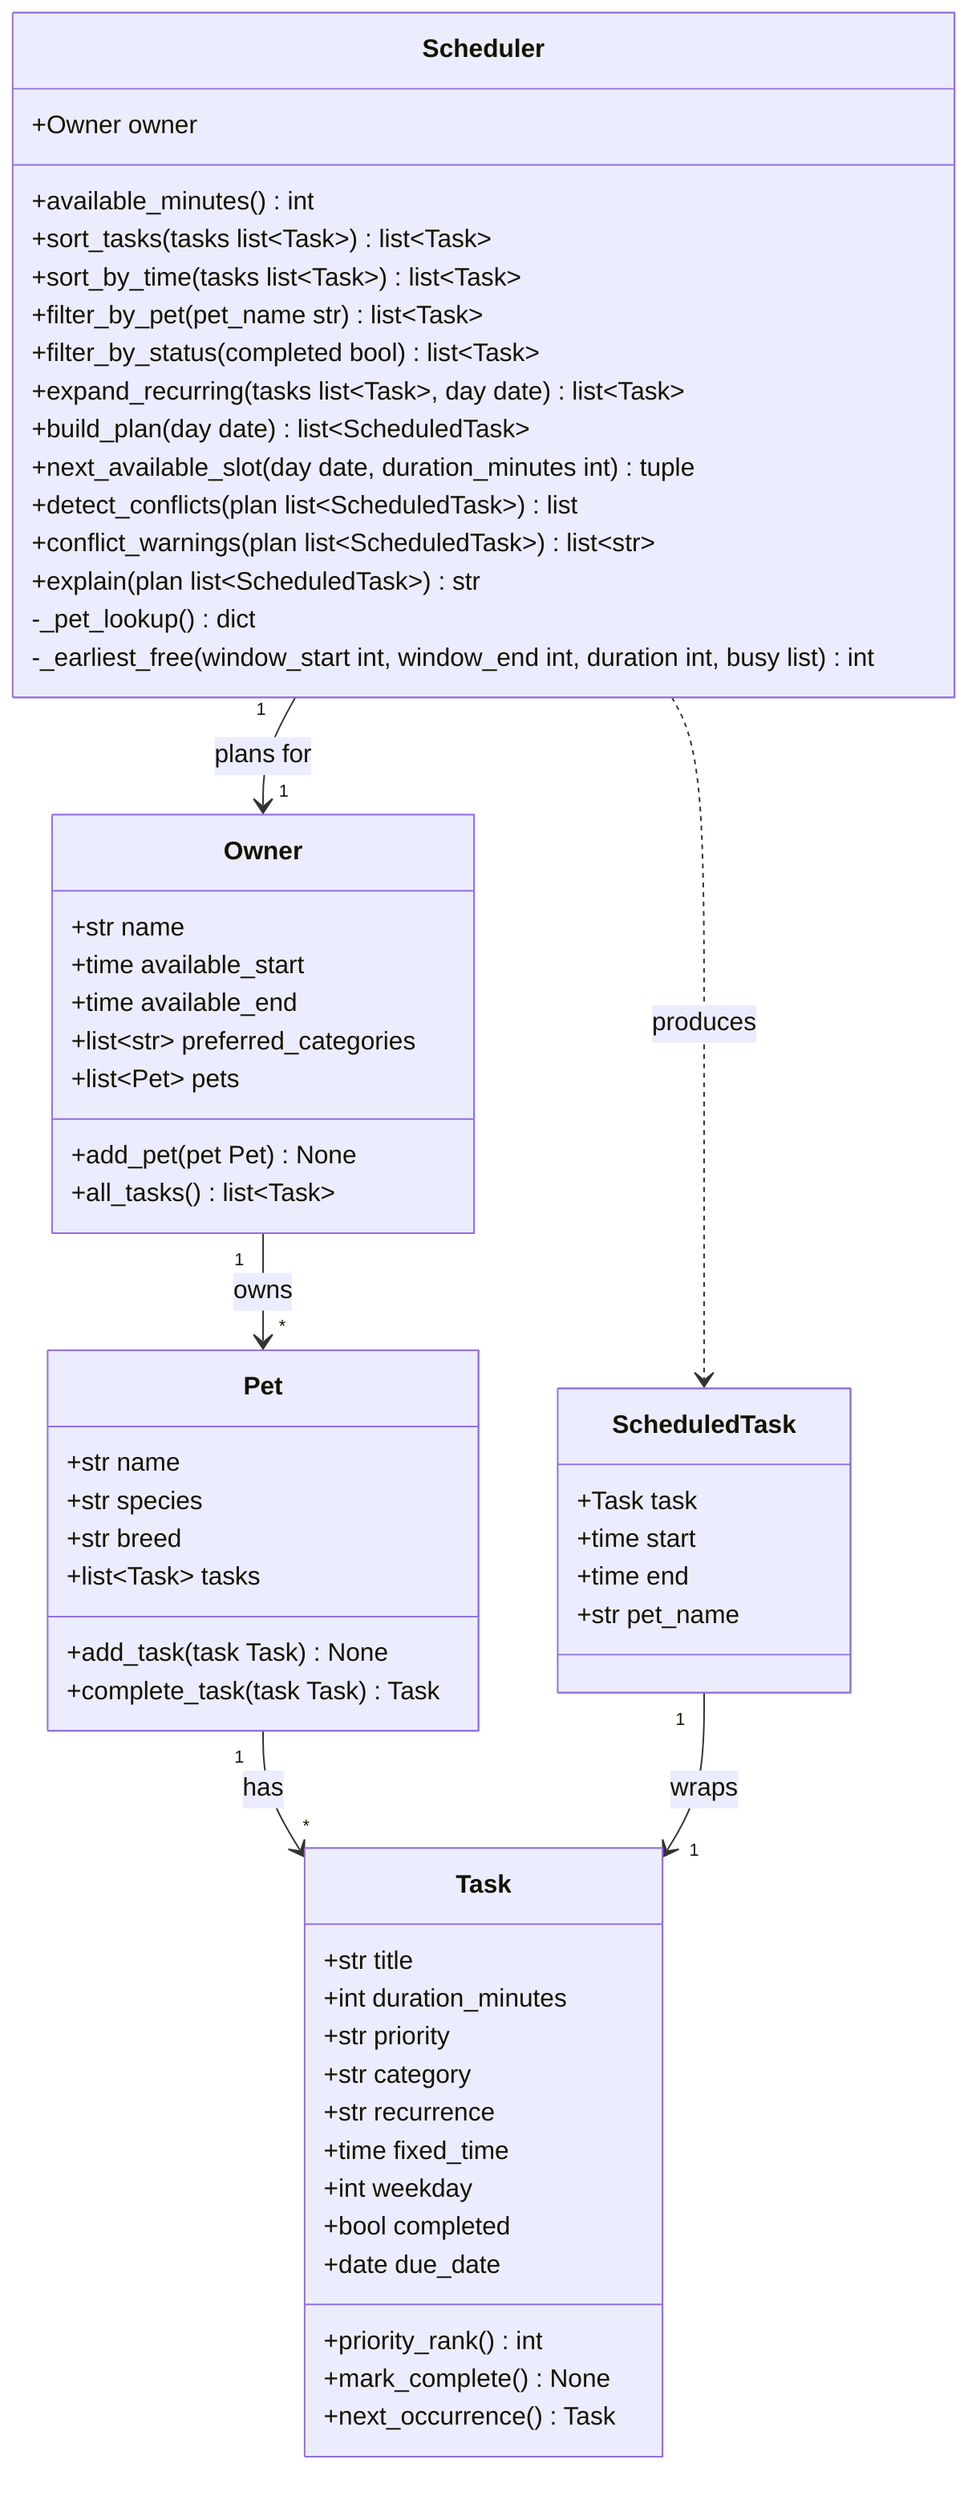
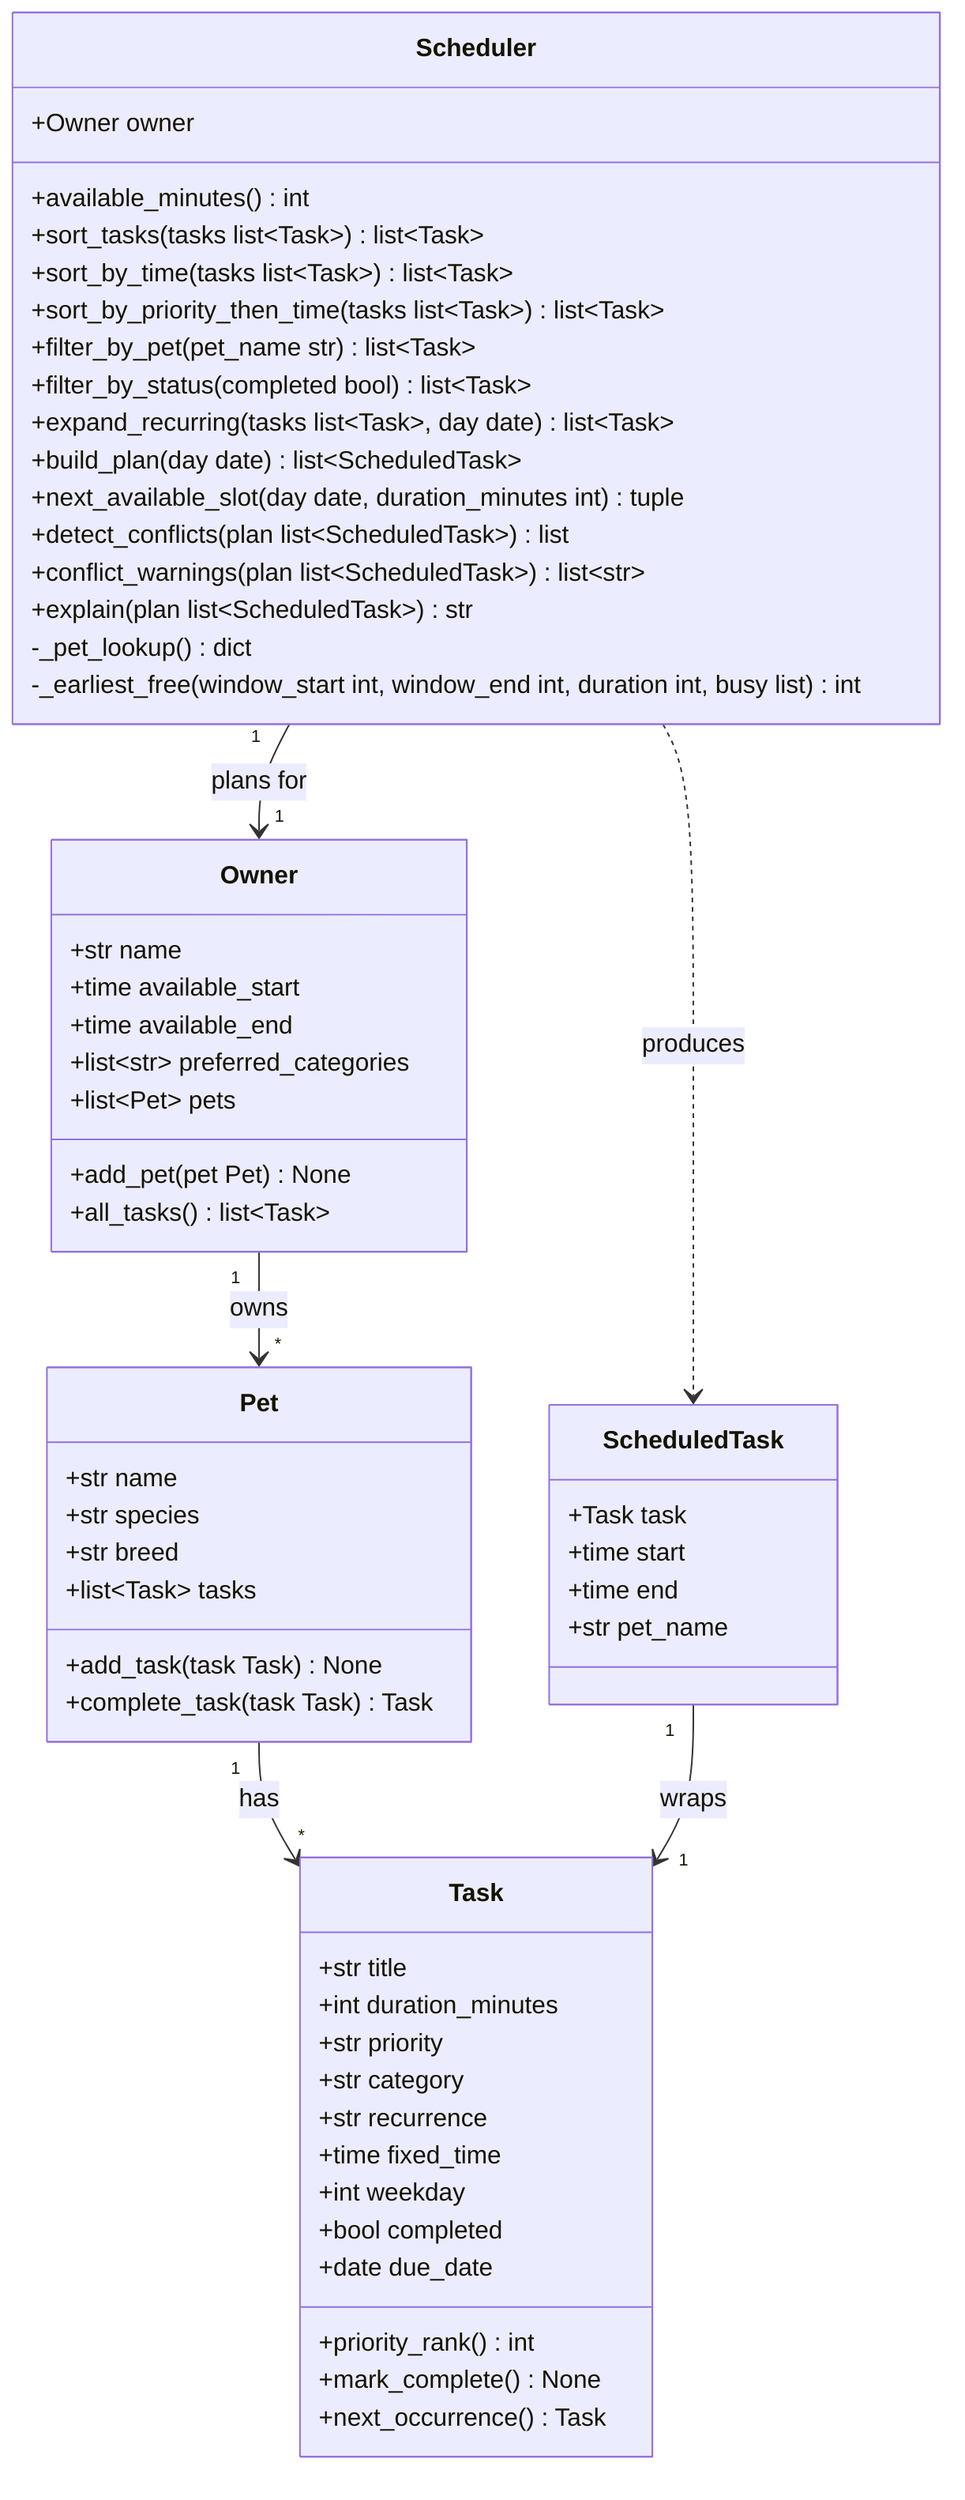
classDiagram
    %% PawPal+ final system architecture -- matches pawpal_system.py.
    %% Data classes (Owner, Pet, Task, ScheduledTask) hold state; Scheduler
    %% holds the algorithms that read that state to build a daily plan.

    class Owner {
        +str name
        +time available_start
        +time available_end
        +list~str~ preferred_categories
        +list~Pet~ pets
        +add_pet(pet Pet) None
        +all_tasks() list~Task~
    }

    class Pet {
        +str name
        +str species
        +str breed
        +list~Task~ tasks
        +add_task(task Task) None
        +complete_task(task Task) Task
    }

    class Task {
        +str title
        +int duration_minutes
        +str priority
        +str category
        +str recurrence
        +time fixed_time
        +int weekday
        +bool completed
        +date due_date
        +priority_rank() int
        +mark_complete() None
        +next_occurrence() Task
    }

    class ScheduledTask {
        +Task task
        +time start
        +time end
        +str pet_name
    }

    class Scheduler {
        +Owner owner
        +available_minutes() int
        +sort_tasks(tasks list~Task~) list~Task~
        +sort_by_time(tasks list~Task~) list~Task~
+         +sort_by_priority_then_time(tasks list~Task~) list~Task~
        +filter_by_pet(pet_name str) list~Task~
        +filter_by_status(completed bool) list~Task~
        +expand_recurring(tasks list~Task~, day date) list~Task~
        +build_plan(day date) list~ScheduledTask~
        +next_available_slot(day date, duration_minutes int) tuple
        +detect_conflicts(plan list~ScheduledTask~) list
        +conflict_warnings(plan list~ScheduledTask~) list~str~
        +explain(plan list~ScheduledTask~) str
        -_pet_lookup() dict
        -_earliest_free(window_start int, window_end int, duration int, busy list) int
    }

    Owner "1" --> "*" Pet : owns
    Pet "1" --> "*" Task : has
    Scheduler "1" --> "1" Owner : plans for
    Scheduler ..> ScheduledTask : produces
    ScheduledTask "1" --> "1" Task : wraps
